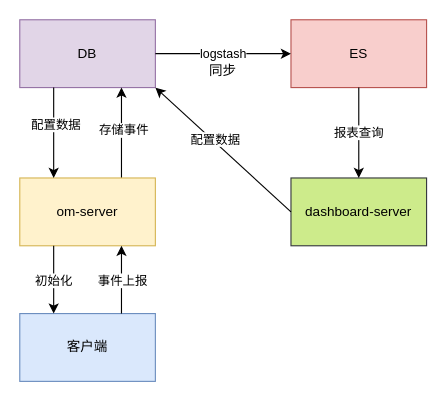
Sc-glong/diagrams keeps this draw.io diagram as mediation-data.drawio. Above is the earlier version. Source tidied: cells renumbered, new cells numbered last; positions are measured from the earlier drawing's top-left corner, leaving out a move shared by most shapes. Both pictures are drawn from the tidied source at 113%, with x=0, y=0 at pixel (19, 19).
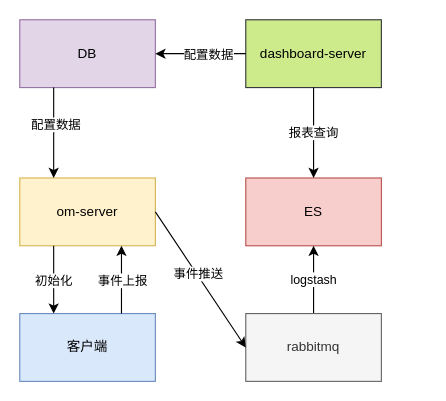
The same page after the edit.

Unchanged cells that the change refers to:
```xml
<mxCell id="2" value="DB" style="rounded=0;whiteSpace=wrap;html=1;fillColor=#e1d5e7;strokeColor=#9673a6;" parent="1" vertex="1">
  <mxGeometry width="120" height="60" as="geometry" />
</mxCell>
<mxCell id="8" value="om-server" style="rounded=0;whiteSpace=wrap;html=1;fillColor=#fff2cc;strokeColor=#d6b656;" parent="1" vertex="1">
  <mxGeometry y="140" width="120" height="60" as="geometry" />
</mxCell>
```

Diff of the diagram source:
```diff
@@
     <mxCell id="3" value="ES" style="rounded=0;whiteSpace=wrap;html=1;fillColor=#f8cecc;strokeColor=#b85450;" parent="1" vertex="1">
-      <mxGeometry x="240" width="120" height="60" as="geometry" />
+      <mxGeometry x="200" y="140" width="120" height="60" as="geometry" />
     </mxCell>
-    <mxCell id="4" value="logstash" style="endArrow=classic;html=1;rounded=0;exitX=1;exitY=0.5;exitDx=0;exitDy=0;entryX=0;entryY=0.5;entryDx=0;entryDy=0;" parent="1" edge="1" source="2" target="3">
+    <mxCell id="4" value="logstash" style="endArrow=classic;html=1;rounded=0;exitX=0.5;exitY=0;exitDx=0;exitDy=0;entryX=0.5;entryY=1;entryDx=0;entryDy=0;" parent="1" edge="1" source="20" target="3">
       <mxGeometry relative="1" as="geometry" />
     </mxCell>
     <mxCell id="5" value="dashboard-server" style="rounded=0;whiteSpace=wrap;html=1;fillColor=#cdeb8b;strokeColor=#36393d;" parent="1" vertex="1">
-      <mxGeometry x="240" y="140" width="120" height="60" as="geometry" />
+      <mxGeometry x="200" width="120" height="60" as="geometry" />
     </mxCell>
-    <mxCell id="6" style="endArrow=classic;html=1;rounded=0;exitX=0.75;exitY=0;exitDx=0;exitDy=0;entryX=0.75;entryY=1;entryDx=0;entryDy=0;" parent="1" edge="1" source="8" target="2">
-      <mxGeometry relative="1" as="geometry" />
-    </mxCell>
-    <mxCell id="7" value="存储事件" style="edgeLabel;html=1;align=center;verticalAlign=middle;" parent="6" vertex="1">
-      <mxGeometry x="0.07" y="-1" relative="1" as="geometry" />
-    </mxCell>
@@
-    <mxCell id="9" value="报表查询" style="endArrow=classic;html=1;rounded=0;entryX=0.5;entryY=0;entryDx=0;entryDy=0;" parent="1" edge="1" source="3" target="5">
+    <mxCell id="9" value="报表查询" style="endArrow=classic;html=1;rounded=0;exitX=0.5;exitY=1;exitDx=0;exitDy=0;entryX=0.5;entryY=0;entryDx=0;entryDy=0;" parent="1" edge="1" source="5" target="3">
       <mxGeometry relative="1" as="geometry" />
     </mxCell>
-    <mxCell id="10" style="endArrow=classic;html=1;rounded=0;exitX=0;exitY=0.5;exitDx=0;exitDy=0;entryX=1;entryY=1;entryDx=0;entryDy=0;" parent="1" edge="1" source="5" target="2">
+    <mxCell id="10" style="endArrow=classic;html=1;rounded=0;exitX=0;exitY=0.5;exitDx=0;exitDy=0;" parent="1" edge="1" source="5" target="2">
       <mxGeometry relative="1" as="geometry" />
     </mxCell>
     <mxCell id="11" value="配置数据" style="edgeLabel;html=1;align=center;verticalAlign=middle;" parent="10" vertex="1">
-      <mxGeometry x="0.16" y="-2" relative="1" as="geometry" />
+      <mxGeometry x="0.16" y="-2" relative="1" as="geometry">
+        <mxPoint x="12" y="2" as="offset" />
+      </mxGeometry>
     </mxCell>
-    <mxCell id="12" value="同步" style="text;html=1;strokeColor=none;fillColor=none;align=center;verticalAlign=middle;whiteSpace=wrap;rounded=0;" parent="1" vertex="1">
-      <mxGeometry x="150" y="30" width="60" height="30" as="geometry" />
-    </mxCell>
@@
+    <mxCell id="20" value="rabbitmq" style="rounded=0;whiteSpace=wrap;html=1;fillColor=#f5f5f5;strokeColor=#666666;fontColor=#333333;" parent="1" vertex="1">
+      <mxGeometry x="200" y="260" width="120" height="60" as="geometry" />
+    </mxCell>
+    <mxCell id="21" style="endArrow=classic;html=1;rounded=0;exitX=1;exitY=0.5;exitDx=0;exitDy=0;entryX=0;entryY=0.5;entryDx=0;entryDy=0;" parent="1" edge="1" source="8" target="20">
+      <mxGeometry relative="1" as="geometry" />
+    </mxCell>
+    <mxCell id="22" value="事件推送" style="edgeLabel;html=1;align=center;verticalAlign=middle;" parent="21" vertex="1">
+      <mxGeometry x="-0.09" y="1" relative="1" as="geometry" />
+    </mxCell>
```
